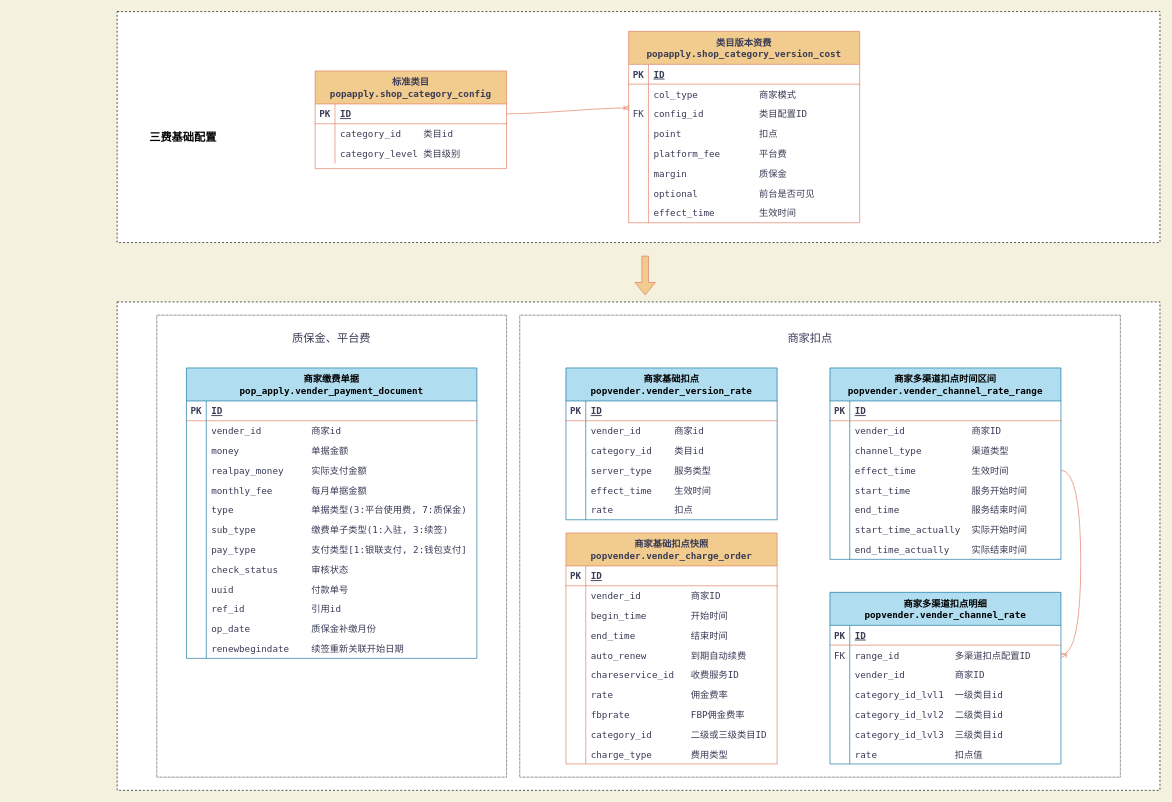
RubberBoy/some keeps this draw.io diagram as page "旧资费" (1 of 2) of 资费ER图.drawio. Above is the earlier version. Source tidied: cells renumbered, new cells numbered last; positions are measured from the earlier drawing's top-left corner, leaving out a move shared by most shapes. Both pictures are drawn from the tidied source at 66%, with x=0, y=0 at pixel (117, 11).
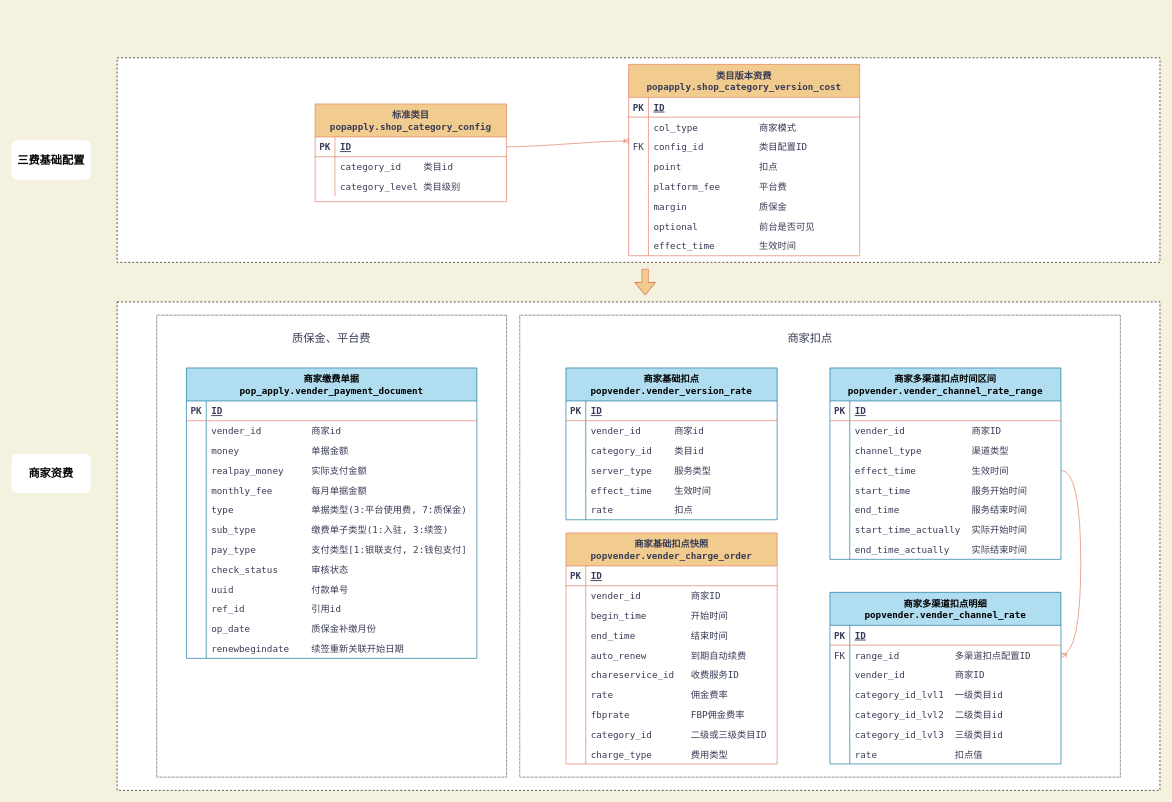
The same page after the edit.

Diff of the diagram source:
```diff
@@
     <mxCell id="3" style="rounded=0;whiteSpace=wrap;html=1;shadow=0;glass=0;sketch=0;gradientColor=none;dashed=1;" parent="1" vertex="1">
-      <mxGeometry width="1580" height="350" as="geometry" />
+      <mxGeometry y="70" width="1580" height="310" as="geometry" />
     </mxCell>
     <mxCell id="4" value="标准类目&#10;popapply.shop_category_config" style="shape=table;startSize=50;childLayout=tableLayout;rowLines=0;fontStyle=1;align=center;fontSize=14;fontFamily=Menlo;fillColor=#F2CC8F;strokeColor=#E07A5F;fontColor=#393C56;" parent="1" vertex="1">
-      <mxGeometry x="300" y="90" width="290" height="148" as="geometry" />
+      <mxGeometry x="300" y="140" width="290" height="148" as="geometry" />
     </mxCell>
@@
     <mxCell id="15" value="类目版本资费&#10;popapply.shop_category_version_cost" style="shape=table;startSize=50;childLayout=tableLayout;rowLines=0;fontStyle=1;align=center;fontSize=14;fontFamily=Menlo;fillColor=#F2CC8F;strokeColor=#E07A5F;fontColor=#393C56;" parent="1" vertex="1">
-      <mxGeometry x="775" y="30" width="350" height="290" as="geometry" />
+      <mxGeometry x="775" y="80" width="350" height="290" as="geometry" />
     </mxCell>
@@
     <mxCell id="180" value="&lt;font size=&quot;1&quot; style=&quot;&quot; face=&quot;Menlo&quot;&gt;&lt;b style=&quot;font-size: 17px;&quot;&gt;三费基础配置&lt;/b&gt;&lt;/font&gt;" style="rounded=1;whiteSpace=wrap;html=1;shadow=0;glass=0;dashed=1;sketch=0;strokeColor=none;" parent="1" vertex="1">
-      <mxGeometry x="40" y="160" width="120" height="60" as="geometry" />
+      <mxGeometry x="-160" y="195" width="120" height="60" as="geometry" />
     </mxCell>
     <mxCell id="181" style="shape=flexArrow;endArrow=classic;html=1;rounded=0;fontFamily=Menlo;fontSize=17;fontColor=#393C56;strokeColor=#E07A5F;fillColor=#F2CC8F;" parent="1" edge="1">
       <mxGeometry relative="1" as="geometry">
-        <mxPoint x="800" y="370" as="sourcePoint" />
+        <mxPoint x="800" y="390" as="sourcePoint" />
         <mxPoint x="800" y="430" as="targetPoint" />
+        <Array as="points">
+          <mxPoint x="800" y="410" />
+        </Array>
       </mxGeometry>
     </mxCell>
@@
+    <mxCell id="184" value="&lt;font face=&quot;Menlo&quot;&gt;&lt;span style=&quot;font-size: 17px;&quot;&gt;&lt;b&gt;商家资费&lt;/b&gt;&lt;/span&gt;&lt;/font&gt;" style="rounded=1;whiteSpace=wrap;html=1;shadow=0;glass=0;dashed=1;sketch=0;strokeColor=none;" parent="1" vertex="1">
+      <mxGeometry x="-160" y="670" width="120" height="60" as="geometry" />
+    </mxCell>
```
